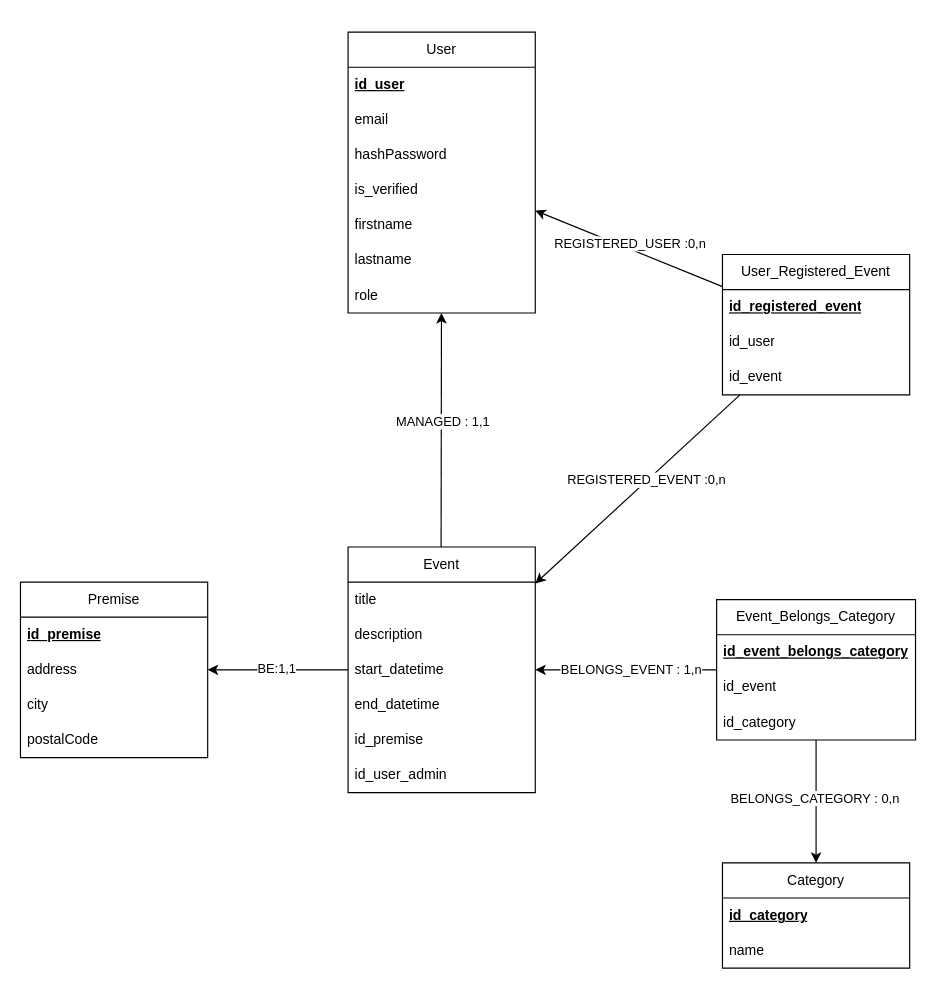
Earlier version of the draw.io diagram Merise/MPD_Projet_Fil_Rouge.drawio (Mzk-Ali/M2I_Projet_Fil_Rouge_Conception). Source tidied: cells renumbered, new cells numbered last; positions are measured from the earlier drawing's top-left corner, leaving out a move shared by most shapes. Both pictures are drawn from the tidied source at 117%, with x=0, y=0 at pixel (20, 32).
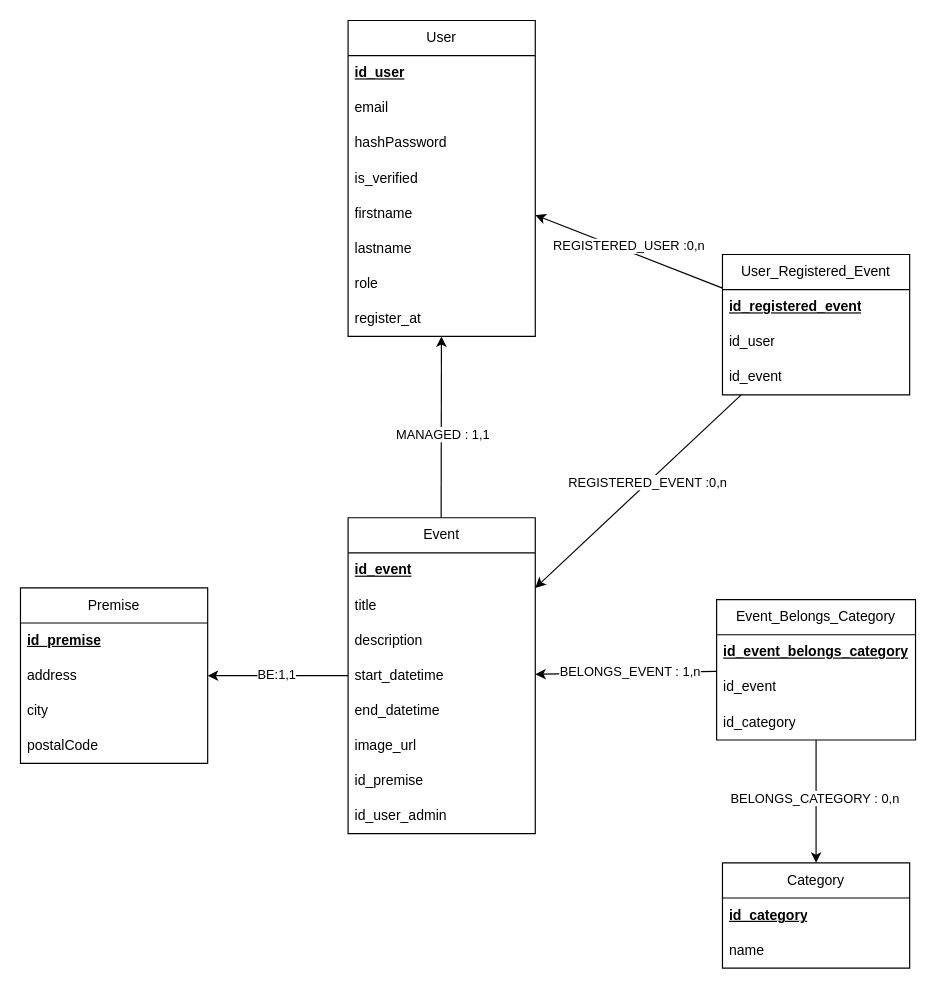
Above is the later version.

Commit message:
Mettre à jour MPD_Projet_Fil_Rouge.drawio

Change to the diagram source:
```diff
@@
     <mxCell id="4" value="User" style="swimlane;fontStyle=0;horizontal=1;startSize=30;whiteSpace=wrap;html=1;" parent="1" vertex="1">
-      <mxGeometry x="280" width="160" height="240" as="geometry" />
+      <mxGeometry x="280" y="-10" width="160" height="270" as="geometry" />
     </mxCell>
@@
+    <mxCell id="45" value="register_at" style="text;strokeColor=none;fillColor=none;align=left;verticalAlign=middle;spacingLeft=4;spacingRight=4;overflow=hidden;whiteSpace=wrap;html=1;" parent="4" vertex="1">
+      <mxGeometry y="240" width="160" height="30" as="geometry" />
+    </mxCell>
@@
     <mxCell id="16" value="Event" style="swimlane;fontStyle=0;horizontal=1;startSize=30;whiteSpace=wrap;html=1;" parent="1" vertex="1">
-      <mxGeometry x="280" y="440" width="160" height="210" as="geometry" />
+      <mxGeometry x="280" y="415" width="160" height="270" as="geometry" />
     </mxCell>
+    <mxCell id="46" value="&lt;b&gt;&lt;u&gt;id_event&lt;/u&gt;&lt;/b&gt;" style="text;strokeColor=none;fillColor=none;align=left;verticalAlign=middle;spacingLeft=4;spacingRight=4;overflow=hidden;whiteSpace=wrap;html=1;" parent="16" vertex="1">
+      <mxGeometry y="30" width="160" height="30" as="geometry" />
+    </mxCell>
     <mxCell id="17" value="title" style="text;strokeColor=none;fillColor=none;align=left;verticalAlign=middle;spacingLeft=4;spacingRight=4;overflow=hidden;whiteSpace=wrap;html=1;" parent="16" vertex="1">
-      <mxGeometry y="30" width="160" height="30" as="geometry" />
+      <mxGeometry y="60" width="160" height="30" as="geometry" />
     </mxCell>
     <mxCell id="18" value="description" style="text;strokeColor=none;fillColor=none;align=left;verticalAlign=middle;spacingLeft=4;spacingRight=4;overflow=hidden;whiteSpace=wrap;html=1;" parent="16" vertex="1">
-      <mxGeometry y="60" width="160" height="30" as="geometry" />
+      <mxGeometry y="90" width="160" height="30" as="geometry" />
     </mxCell>
     <mxCell id="19" value="start_datetime" style="text;strokeColor=none;fillColor=none;align=left;verticalAlign=middle;spacingLeft=4;spacingRight=4;overflow=hidden;whiteSpace=wrap;html=1;" parent="16" vertex="1">
-      <mxGeometry y="90" width="160" height="30" as="geometry" />
+      <mxGeometry y="120" width="160" height="30" as="geometry" />
     </mxCell>
     <mxCell id="20" value="end_datetime" style="text;strokeColor=none;fillColor=none;align=left;verticalAlign=middle;spacingLeft=4;spacingRight=4;overflow=hidden;whiteSpace=wrap;html=1;" parent="16" vertex="1">
-      <mxGeometry y="120" width="160" height="30" as="geometry" />
+      <mxGeometry y="150" width="160" height="30" as="geometry" />
     </mxCell>
+    <mxCell id="47" value="image_url" style="text;strokeColor=none;fillColor=none;align=left;verticalAlign=middle;spacingLeft=4;spacingRight=4;overflow=hidden;whiteSpace=wrap;html=1;" parent="16" vertex="1">
+      <mxGeometry y="180" width="160" height="30" as="geometry" />
+    </mxCell>
     <mxCell id="21" value="id_premise" style="text;strokeColor=none;fillColor=none;align=left;verticalAlign=middle;spacingLeft=4;spacingRight=4;overflow=hidden;whiteSpace=wrap;html=1;" parent="16" vertex="1">
-      <mxGeometry y="150" width="160" height="30" as="geometry" />
+      <mxGeometry y="210" width="160" height="30" as="geometry" />
     </mxCell>
     <mxCell id="22" value="id_user_admin" style="text;strokeColor=none;fillColor=none;align=left;verticalAlign=middle;spacingLeft=4;spacingRight=4;overflow=hidden;whiteSpace=wrap;html=1;" parent="16" vertex="1">
-      <mxGeometry y="180" width="160" height="30" as="geometry" />
+      <mxGeometry y="240" width="160" height="30" as="geometry" />
     </mxCell>
@@
     <mxCell id="25" value="Premise" style="swimlane;fontStyle=0;horizontal=1;startSize=30;whiteSpace=wrap;html=1;" parent="1" vertex="1">
-      <mxGeometry y="470" width="160" height="150" as="geometry" />
+      <mxGeometry y="475" width="160" height="150" as="geometry" />
     </mxCell>
```
